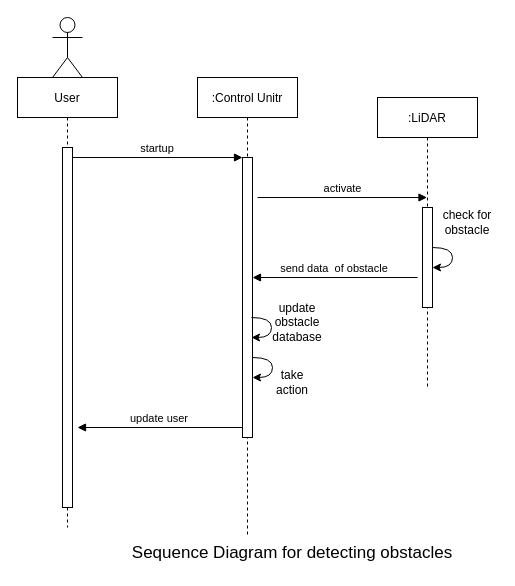
This is sequence_Diagram.drawio from AdamsUthman/driverless_car_UML, a draw.io file, before an edit. Source tidied: cells renumbered, new cells numbered last; positions are measured from the earlier drawing's top-left corner, leaving out a move shared by most shapes. Both pictures are drawn from the tidied source at 100%, with x=0, y=0 at pixel (17, 17).
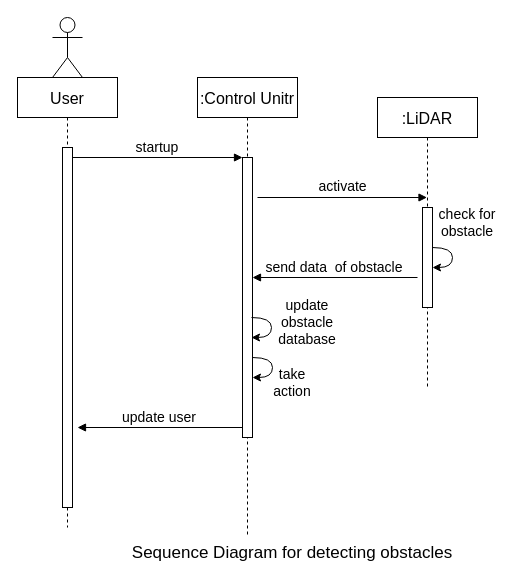
The same page after the edit.

Unchanged cells that the change refers to:
```xml
<mxCell id="3" style="points=[];perimeter=orthogonalPerimeter;rounded=0;shadow=0;strokeWidth=1;" parent="2" vertex="1">
  <mxGeometry x="45" y="70" width="10" height="360" as="geometry" />
</mxCell>
```

The edit, as a diff of the source:
```diff
@@
-    <mxCell id="2" value="User" style="shape=umlLifeline;perimeter=lifelinePerimeter;rounded=0;shadow=0;strokeWidth=1;" parent="1" vertex="1">
+    <mxCell id="2" value="User" style="shape=umlLifeline;perimeter=lifelinePerimeter;rounded=0;shadow=0;strokeWidth=1;fontSize=16;" parent="1" vertex="1">
       <mxGeometry y="60" width="100" height="450" as="geometry" />
     </mxCell>
@@
-    <mxCell id="4" value=":Control Unitr" style="shape=umlLifeline;perimeter=lifelinePerimeter;rounded=0;shadow=0;strokeWidth=1;" parent="1" vertex="1">
+    <mxCell id="4" value=":Control Unitr" style="shape=umlLifeline;perimeter=lifelinePerimeter;rounded=0;shadow=0;strokeWidth=1;fontSize=16;" parent="1" vertex="1">
       <mxGeometry x="180" y="60" width="100" height="460" as="geometry" />
     </mxCell>
-    <mxCell id="5" style="points=[];perimeter=orthogonalPerimeter;rounded=0;shadow=0;strokeWidth=1;" parent="4" vertex="1">
+    <mxCell id="5" style="points=[];perimeter=orthogonalPerimeter;rounded=0;shadow=0;strokeWidth=1;fontSize=14;" parent="4" vertex="1">
       <mxGeometry x="45" y="80" width="10" height="280" as="geometry" />
     </mxCell>
-    <mxCell id="6" value="send data  of obstacle" style="verticalAlign=bottom;endArrow=block;entryX=1;entryY=0;shadow=0;strokeWidth=1;" parent="4" edge="1">
+    <mxCell id="6" value="send data  of obstacle" style="verticalAlign=bottom;endArrow=block;entryX=1;entryY=0;shadow=0;strokeWidth=1;fontSize=14;" parent="4" edge="1">
       <mxGeometry relative="1" as="geometry">
         <mxPoint x="220" y="200" as="sourcePoint" />
         <mxPoint x="55" y="200" as="targetPoint" />
       </mxGeometry>
     </mxCell>
-    <mxCell id="7" value="update user" style="verticalAlign=bottom;endArrow=block;entryX=1;entryY=0;shadow=0;strokeWidth=1;" parent="4" edge="1">
+    <mxCell id="7" value="update user" style="verticalAlign=bottom;endArrow=block;entryX=1;entryY=0;shadow=0;strokeWidth=1;fontSize=14;" parent="4" edge="1">
       <mxGeometry relative="1" as="geometry">
         <mxPoint x="45" y="350" as="sourcePoint" />
         <mxPoint x="-120" y="350" as="targetPoint" />
       </mxGeometry>
     </mxCell>
-    <mxCell id="8" value="startup" style="verticalAlign=bottom;endArrow=block;entryX=0;entryY=0;shadow=0;strokeWidth=1;" parent="1" edge="1" source="3" target="5">
+    <mxCell id="8" value="startup" style="verticalAlign=bottom;endArrow=block;entryX=0;entryY=0;shadow=0;strokeWidth=1;fontSize=14;" parent="1" edge="1" source="3" target="5">
       <mxGeometry relative="1" as="geometry" />
     </mxCell>
-    <mxCell id="9" style="shape=umlActor;verticalLabelPosition=bottom;verticalAlign=top;html=1;" parent="1" vertex="1">
+    <mxCell id="9" style="shape=umlActor;verticalLabelPosition=bottom;verticalAlign=top;html=1;fontSize=14;" parent="1" vertex="1">
       <mxGeometry x="35" width="30" height="60" as="geometry" />
     </mxCell>
-    <mxCell id="10" value=":LiDAR" style="shape=umlLifeline;perimeter=lifelinePerimeter;rounded=0;shadow=0;strokeWidth=1;" parent="1" vertex="1">
+    <mxCell id="10" value=":LiDAR" style="shape=umlLifeline;perimeter=lifelinePerimeter;rounded=0;shadow=0;strokeWidth=1;fontSize=16;" parent="1" vertex="1">
       <mxGeometry x="360" y="80" width="100" height="290" as="geometry" />
     </mxCell>
-    <mxCell id="11" style="perimeter=orthogonalPerimeter;rounded=0;shadow=0;strokeWidth=1;" parent="10" vertex="1">
+    <mxCell id="11" style="perimeter=orthogonalPerimeter;rounded=0;shadow=0;strokeWidth=1;fontSize=14;" parent="10" vertex="1">
       <mxGeometry x="45" y="110" width="10" height="100" as="geometry" />
     </mxCell>
-    <mxCell id="12" style="curved=1;endArrow=classic;html=1;rounded=0;" parent="10" edge="1">
+    <mxCell id="12" style="curved=1;endArrow=classic;html=1;rounded=0;fontSize=14;" parent="10" edge="1">
       <mxGeometry relative="1" as="geometry">
         <mxPoint x="55" y="150" as="sourcePoint" />
         <mxPoint x="55" y="170" as="targetPoint" />
         <Array as="points">
           <mxPoint x="75" y="150" />
           <mxPoint x="75" y="170" />
         </Array>
       </mxGeometry>
     </mxCell>
-    <mxCell id="13" value="activate" style="html=1;verticalAlign=bottom;endArrow=block;rounded=0;" parent="1" edge="1" target="10">
+    <mxCell id="13" value="activate" style="html=1;verticalAlign=bottom;endArrow=block;rounded=0;fontSize=14;" parent="1" edge="1" target="10">
       <mxGeometry relative="1" as="geometry">
         <mxPoint x="240" y="180" as="sourcePoint" />
       </mxGeometry>
     </mxCell>
-    <mxCell id="14" value="check for obstacle" style="text;html=1;strokeColor=none;fillColor=none;align=center;verticalAlign=middle;whiteSpace=wrap;rounded=0;" parent="1" vertex="1">
+    <mxCell id="14" value="check for obstacle" style="text;html=1;strokeColor=none;fillColor=none;align=center;verticalAlign=middle;whiteSpace=wrap;rounded=0;fontSize=14;" parent="1" vertex="1">
       <mxGeometry x="420" y="190" width="60" height="30" as="geometry" />
     </mxCell>
-    <mxCell id="15" style="curved=1;endArrow=classic;html=1;rounded=0;" parent="1" edge="1">
+    <mxCell id="15" style="curved=1;endArrow=classic;html=1;rounded=0;fontSize=14;" parent="1" edge="1">
       <mxGeometry relative="1" as="geometry">
         <mxPoint x="234" y="300" as="sourcePoint" />
         <mxPoint x="234" y="320" as="targetPoint" />
         <Array as="points">
           <mxPoint x="254" y="300" />
           <mxPoint x="254" y="320" />
         </Array>
       </mxGeometry>
     </mxCell>
-    <mxCell id="16" style="curved=1;endArrow=classic;html=1;rounded=0;" parent="1" edge="1">
+    <mxCell id="16" style="curved=1;endArrow=classic;html=1;rounded=0;fontSize=14;" parent="1" edge="1">
       <mxGeometry relative="1" as="geometry">
         <mxPoint x="235" y="340" as="sourcePoint" />
         <mxPoint x="235" y="360" as="targetPoint" />
         <Array as="points">
           <mxPoint x="255" y="340" />
           <mxPoint x="255" y="360" />
         </Array>
       </mxGeometry>
     </mxCell>
-    <mxCell id="17" value="update obstacle database" style="text;html=1;strokeColor=none;fillColor=none;align=center;verticalAlign=middle;whiteSpace=wrap;rounded=0;" parent="1" vertex="1">
-      <mxGeometry x="250" y="290" width="60" height="30" as="geometry" />
+    <mxCell id="17" value="update obstacle database" style="text;html=1;strokeColor=none;fillColor=none;align=center;verticalAlign=middle;whiteSpace=wrap;rounded=0;fontSize=14;" parent="1" vertex="1">
+      <mxGeometry x="260" y="290" width="60" height="30" as="geometry" />
     </mxCell>
-    <mxCell id="18" value="take action" style="text;html=1;strokeColor=none;fillColor=none;align=center;verticalAlign=middle;whiteSpace=wrap;rounded=0;" parent="1" vertex="1">
+    <mxCell id="18" value="take action" style="text;html=1;strokeColor=none;fillColor=none;align=center;verticalAlign=middle;whiteSpace=wrap;rounded=0;fontSize=14;" parent="1" vertex="1">
       <mxGeometry x="245" y="350" width="60" height="30" as="geometry" />
     </mxCell>
```
